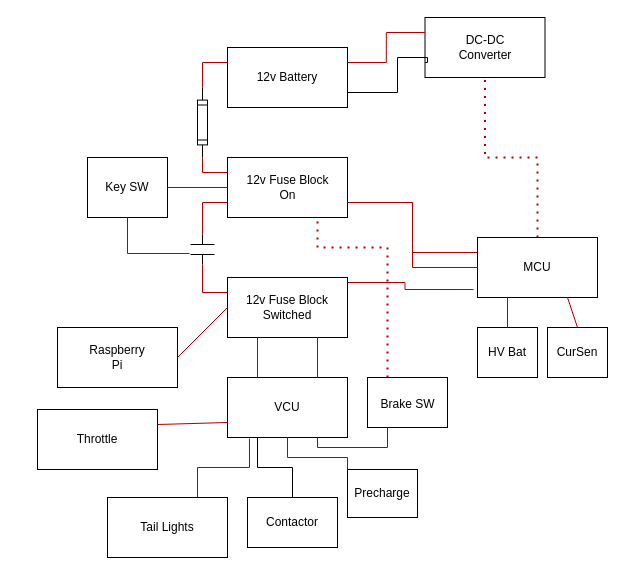
The draw.io diagram ElectricalLowVoltage.drawio in cdvanhorn/ForsanRaneaf, before the edit. Source tidied: cells renumbered, new cells numbered last; positions are measured from the earlier drawing's top-left corner, leaving out a move shared by most shapes. Both pictures are drawn from the tidied source at 100%, with x=0, y=0 at pixel (37, 17).
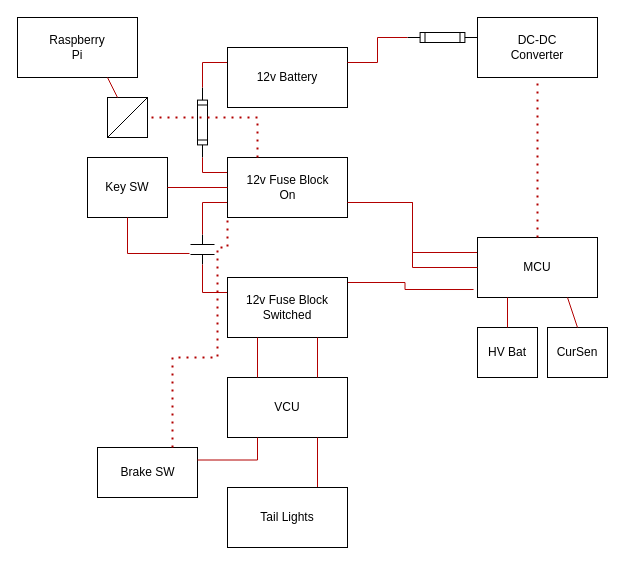
The same diagram, later.

Commit message:
going to put signal connections on a separate drawing

The change refers to these unchanged cells:
```xml
<mxCell id="5" style="rounded=0;whiteSpace=wrap;html=1;" parent="4" vertex="1">
  <mxGeometry width="120" height="60" as="geometry" />
</mxCell>
<mxCell id="13" style="rounded=0;whiteSpace=wrap;html=1;" parent="12" vertex="1">
  <mxGeometry width="120" height="60" as="geometry" />
</mxCell>
<mxCell id="23" style="rounded=0;whiteSpace=wrap;html=1;" parent="22" vertex="1">
  <mxGeometry width="120" height="60" as="geometry" />
</mxCell>
<mxCell id="30" style="rounded=0;whiteSpace=wrap;html=1;" parent="29" vertex="1">
  <mxGeometry width="120" height="60" as="geometry" />
</mxCell>
<mxCell id="40" style="rounded=0;whiteSpace=wrap;html=1;" parent="1" vertex="1">
  <mxGeometry x="190" y="360" width="120" height="60" as="geometry" />
</mxCell>
<mxCell id="54" style="rounded=0;whiteSpace=wrap;html=1;" parent="53" vertex="1">
  <mxGeometry width="120" height="60" as="geometry" />
</mxCell>
```

What changed in the source:
```diff
@@
     <mxCell id="4" style="group;" parent="1" vertex="1">
-      <mxGeometry x="20" y="310" width="120" height="60" as="geometry" />
+      <mxGeometry x="-20" width="120" height="60" as="geometry" />
     </mxCell>
@@
     <mxCell id="11" style="rounded=0;whiteSpace=wrap;html=1;" parent="1" vertex="1">
-      <mxGeometry x="387.5" width="120" height="60" as="geometry" />
+      <mxGeometry x="440" width="120" height="60" as="geometry" />
     </mxCell>
@@
     <mxCell id="18" value="DC-DC Converter" style="text;html=1;align=center;verticalAlign=middle;whiteSpace=wrap;rounded=0;" parent="1" vertex="1">
-      <mxGeometry x="402.5" y="15" width="90" height="30" as="geometry" />
+      <mxGeometry x="455" y="15" width="90" height="30" as="geometry" />
     </mxCell>
-    <mxCell id="19" style="endArrow=none;html=1;rounded=0;entryX=0;entryY=0.25;entryDx=0;entryDy=0;exitX=1;exitY=0.25;exitDx=0;exitDy=0;edgeStyle=orthogonalEdgeStyle;fillColor=#e51400;strokeColor=#B20000;" parent="1" edge="1" source="13" target="11">
-      <mxGeometry relative="1" as="geometry" />
-    </mxCell>
-    <mxCell id="20" style="endArrow=none;html=1;rounded=0;entryX=0;entryY=0.75;entryDx=0;entryDy=0;exitX=1;exitY=0.75;exitDx=0;exitDy=0;edgeStyle=orthogonalEdgeStyle;" parent="1" edge="1" source="13" target="11">
-      <mxGeometry relative="1" as="geometry">
-        <Array as="points">
-          <mxPoint x="360" y="75" />
-          <mxPoint x="360" y="40" />
-          <mxPoint x="390" y="40" />
-          <mxPoint x="390" y="45" />
-        </Array>
-      </mxGeometry>
-    </mxCell>
@@
-    <mxCell id="44" style="endArrow=none;html=1;rounded=0;entryX=0;entryY=0.5;entryDx=0;entryDy=0;exitX=1;exitY=0.5;exitDx=0;exitDy=0;fillColor=#e51400;strokeColor=#B20000;" parent="1" edge="1" source="5" target="30">
-      <mxGeometry relative="1" as="geometry" />
-    </mxCell>
     <mxCell id="45" style="group;" parent="1" vertex="1">
-      <mxGeometry x="330" y="360" width="80" height="50" as="geometry" />
+      <mxGeometry x="60" y="430" width="100" height="50" as="geometry" />
     </mxCell>
     <mxCell id="46" style="rounded=0;whiteSpace=wrap;html=1;" parent="45" vertex="1">
-      <mxGeometry width="80" height="50" as="geometry" />
+      <mxGeometry width="100" height="50" as="geometry" />
     </mxCell>
     <mxCell id="47" value="Brake SW" style="text;html=1;align=center;verticalAlign=middle;whiteSpace=wrap;rounded=0;" parent="45" vertex="1">
-      <mxGeometry x="5.7" y="10" width="68.6" height="33.8" as="geometry" />
+      <mxGeometry x="13.6" y="8.1" width="72.8" height="33.8" as="geometry" />
     </mxCell>
@@
-    <mxCell id="50" style="endArrow=none;dashed=1;html=1;dashPattern=1 3;strokeWidth=2;rounded=0;entryX=0.75;entryY=1;entryDx=0;entryDy=0;exitX=0.25;exitY=0;exitDx=0;exitDy=0;edgeStyle=orthogonalEdgeStyle;fillColor=#e51400;strokeColor=#B20000;" parent="1" edge="1" source="46" target="23">
-      <mxGeometry relative="1" as="geometry">
-        <Array as="points">
-          <mxPoint x="350" y="230" />
-          <mxPoint x="280" y="230" />
-        </Array>
-      </mxGeometry>
-    </mxCell>
-    <mxCell id="51" style="endArrow=none;html=1;rounded=0;entryX=0.25;entryY=1;entryDx=0;entryDy=0;exitX=0.75;exitY=1;exitDx=0;exitDy=0;edgeStyle=orthogonalEdgeStyle;fillColor=#e51400;strokeColor=#B20000;" parent="1" edge="1" source="40" target="46">
-      <mxGeometry relative="1" as="geometry" />
-    </mxCell>
-    <mxCell id="52" style="endArrow=none;html=1;rounded=0;entryX=0.183;entryY=1.017;entryDx=0;entryDy=0;entryPerimeter=0;exitX=0.75;exitY=0;exitDx=0;exitDy=0;edgeStyle=orthogonalEdgeStyle;fillColor=#e51400;strokeColor=#B20000;" parent="1" edge="1" source="54" target="40">
+    <mxCell id="52" style="endArrow=none;html=1;rounded=0;entryX=0.75;entryY=1;entryDx=0;entryDy=0;exitX=0.75;exitY=0;exitDx=0;exitDy=0;edgeStyle=orthogonalEdgeStyle;fillColor=#e51400;strokeColor=#B20000;" parent="1" edge="1" source="54" target="40">
       <mxGeometry relative="1" as="geometry" />
     </mxCell>
     <mxCell id="53" style="group;" parent="1" vertex="1">
-      <mxGeometry x="70" y="480" width="120" height="60" as="geometry" />
+      <mxGeometry x="190" y="470" width="120" height="60" as="geometry" />
     </mxCell>
@@
-    <mxCell id="56" style="rounded=0;whiteSpace=wrap;html=1;" parent="1" vertex="1">
-      <mxGeometry y="392" width="120" height="60" as="geometry" />
-    </mxCell>
-    <mxCell id="57" value="Throttle" style="text;html=1;align=center;verticalAlign=middle;whiteSpace=wrap;rounded=0;" parent="1" vertex="1">
-      <mxGeometry x="30" y="407" width="60" height="30" as="geometry" />
-    </mxCell>
-    <mxCell id="58" style="endArrow=none;html=1;rounded=0;entryX=0;entryY=0.75;entryDx=0;entryDy=0;exitX=1;exitY=0.25;exitDx=0;exitDy=0;fillColor=#e51400;strokeColor=#B20000;" parent="1" edge="1" source="56" target="40">
-      <mxGeometry relative="1" as="geometry" />
-    </mxCell>
-    <mxCell id="59" style="group;" parent="1" vertex="1">
-      <mxGeometry x="210" y="480" width="90" height="50" as="geometry" />
-    </mxCell>
-    <mxCell id="60" style="rounded=0;whiteSpace=wrap;html=1;" parent="59" vertex="1">
-      <mxGeometry width="90" height="50" as="geometry" />
-    </mxCell>
-    <mxCell id="61" value="Contactor" style="text;html=1;align=center;verticalAlign=middle;whiteSpace=wrap;rounded=0;" parent="59" vertex="1">
-      <mxGeometry x="15" y="10" width="60" height="30" as="geometry" />
-    </mxCell>
-    <mxCell id="62" style="endArrow=none;html=1;rounded=0;entryX=0.25;entryY=1;entryDx=0;entryDy=0;exitX=0.5;exitY=0;exitDx=0;exitDy=0;edgeStyle=orthogonalEdgeStyle;" parent="1" edge="1" source="60" target="40">
-      <mxGeometry relative="1" as="geometry" />
-    </mxCell>
-    <mxCell id="63" style="rounded=0;whiteSpace=wrap;html=1;" parent="1" vertex="1">
-      <mxGeometry x="310" y="452" width="70" height="48" as="geometry" />
-    </mxCell>
-    <mxCell id="64" value="&lt;div&gt;Precharge&lt;/div&gt;" style="text;html=1;align=center;verticalAlign=middle;whiteSpace=wrap;rounded=0;" parent="1" vertex="1">
-      <mxGeometry x="315" y="461" width="60" height="30" as="geometry" />
-    </mxCell>
-    <mxCell id="65" style="endArrow=none;html=1;rounded=0;exitX=0.5;exitY=1;exitDx=0;exitDy=0;entryX=0;entryY=0;entryDx=0;entryDy=0;edgeStyle=orthogonalEdgeStyle;fillColor=#e51400;strokeColor=#B20000;" parent="1" edge="1" source="40" target="63">
-      <mxGeometry relative="1" as="geometry">
-        <Array as="points">
-          <mxPoint x="250" y="440" />
-          <mxPoint x="310" y="440" />
-        </Array>
-      </mxGeometry>
-    </mxCell>
+    <mxCell id="66" style="endArrow=none;html=1;rounded=0;entryX=0.25;entryY=1;entryDx=0;entryDy=0;exitX=1;exitY=0.25;exitDx=0;exitDy=0;fillColor=#e51400;strokeColor=#B20000;edgeStyle=orthogonalEdgeStyle;" parent="1" edge="1" source="46" target="40">
+      <mxGeometry relative="1" as="geometry" />
+    </mxCell>
+    <mxCell id="50" style="endArrow=none;dashed=1;html=1;dashPattern=1 3;strokeWidth=2;rounded=0;fillColor=#e51400;strokeColor=#B20000;exitX=0.75;exitY=0;exitDx=0;exitDy=0;edgeStyle=orthogonalEdgeStyle;entryX=0;entryY=1;entryDx=0;entryDy=0;" parent="1" edge="1" source="46" target="23">
+      <mxGeometry relative="1" as="geometry">
+        <Array as="points">
+          <mxPoint x="135" y="340" />
+          <mxPoint x="180" y="340" />
+          <mxPoint x="180" y="230" />
+          <mxPoint x="190" y="230" />
+        </Array>
+      </mxGeometry>
+    </mxCell>
+    <mxCell id="67" style="group;" parent="1" vertex="1">
+      <mxGeometry x="70" y="80" width="40" height="50" as="geometry" />
+    </mxCell>
+    <mxCell id="68" style="edgeStyle=orthogonalEdgeStyle;rounded=0;jettySize=auto;html=1;exitX=0;exitY=1;exitDx=0;exitDy=0;" parent="67" edge="1" source="69">
+      <mxGeometry relative="1" as="geometry">
+        <mxPoint x="10" y="30" as="targetPoint" />
+      </mxGeometry>
+    </mxCell>
+    <mxCell id="69" style="whiteSpace=wrap;html=1;" parent="67" vertex="1">
+      <mxGeometry width="40" height="40" as="geometry" />
+    </mxCell>
+    <mxCell id="70" style="endArrow=none;html=1;rounded=0;exitX=0;exitY=1;exitDx=0;exitDy=0;entryX=1;entryY=0;entryDx=0;entryDy=0;" parent="67" edge="1" source="69" target="69">
+      <mxGeometry relative="1" as="geometry" />
+    </mxCell>
+    <mxCell id="71" style="endArrow=none;html=1;rounded=0;fillColor=#e51400;strokeColor=#B20000;entryX=0.75;entryY=1;entryDx=0;entryDy=0;exitX=0.25;exitY=0;exitDx=0;exitDy=0;" parent="1" edge="1" source="69" target="5">
+      <mxGeometry relative="1" as="geometry" />
+    </mxCell>
+    <mxCell id="72" style="endArrow=none;dashed=1;html=1;dashPattern=1 3;strokeWidth=2;rounded=0;fillColor=#e51400;strokeColor=#B20000;entryX=1;entryY=0.5;entryDx=0;entryDy=0;exitX=0.25;exitY=0;exitDx=0;exitDy=0;edgeStyle=orthogonalEdgeStyle;" parent="1" edge="1" source="23" target="69">
+      <mxGeometry relative="1" as="geometry">
+        <Array as="points">
+          <mxPoint x="220" y="100" />
+        </Array>
+      </mxGeometry>
+    </mxCell>
+    <mxCell id="73" style="verticalLabelPosition=bottom;shadow=0;dashed=0;align=center;html=1;verticalAlign=top;shape=mxgraph.electrical.miscellaneous.fuse_1;rotation=0;" parent="1" vertex="1">
+      <mxGeometry x="370" y="15" width="70" height="10" as="geometry" />
+    </mxCell>
+    <mxCell id="74" style="endArrow=none;html=1;rounded=0;fillColor=#e51400;strokeColor=#B20000;entryX=0;entryY=0.5;entryDx=0;entryDy=0;entryPerimeter=0;exitX=1;exitY=0.25;exitDx=0;exitDy=0;edgeStyle=orthogonalEdgeStyle;" parent="1" edge="1" source="13" target="73">
+      <mxGeometry relative="1" as="geometry" />
+    </mxCell>
```
